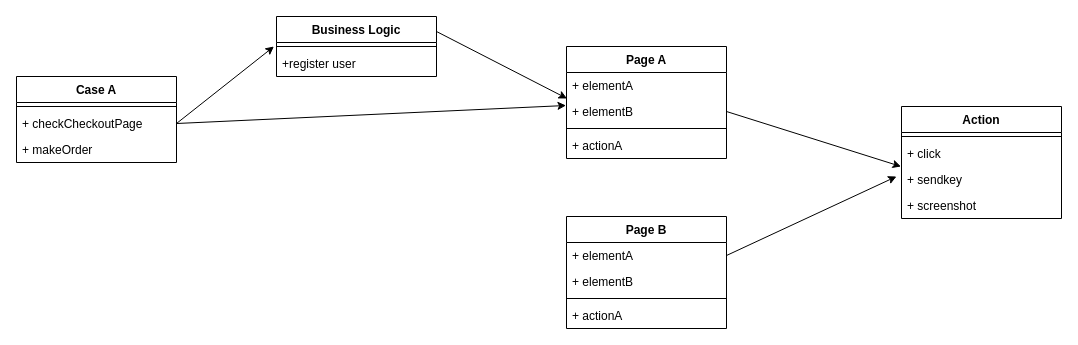
The draw.io diagram page "page object/action" (7 of 7) of App Automation 2.0.drawio in michellec2021/appium-demo, before the edit. Source tidied: cells renumbered, new cells numbered last; positions are measured from the earlier drawing's top-left corner, leaving out a move shared by most shapes. Both pictures are drawn from the tidied source at 100%, with x=0, y=0 at pixel (16, 16).
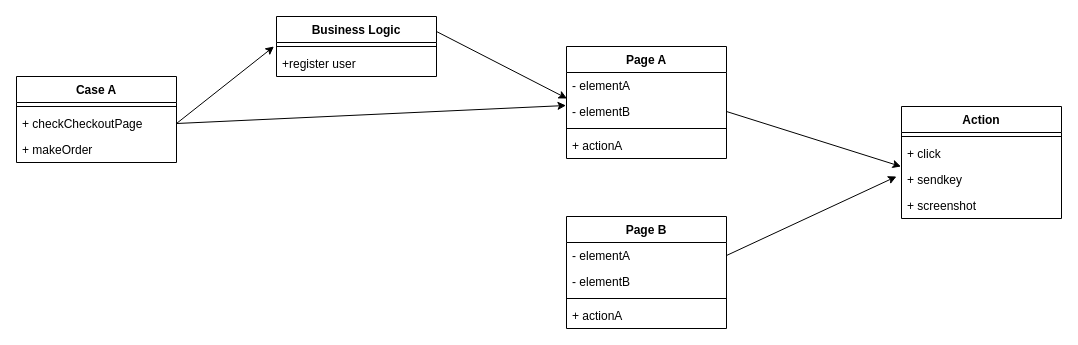
The same diagram, later.

Unchanged cells that the change refers to:
```xml
<mxCell id="2" value="Page A" style="swimlane;fontStyle=1;align=center;verticalAlign=top;horizontal=1;startSize=26;" parent="1" vertex="1">
  <mxGeometry x="550" y="30" width="160" height="112" as="geometry" />
</mxCell>
<mxCell id="7" value="Page B" style="swimlane;fontStyle=1;align=center;verticalAlign=top;horizontal=1;startSize=26;" parent="1" vertex="1">
  <mxGeometry x="550" y="200" width="160" height="112" as="geometry" />
</mxCell>
```

Diff of the diagram source:
```diff
@@
-    <mxCell id="3" value="+ elementA&#10;" style="text;strokeColor=none;fillColor=none;align=left;verticalAlign=top;spacingLeft=4;spacingRight=4;overflow=hidden;points=[[0,0.5],[1,0.5]];portConstraint=eastwest;" parent="2" vertex="1">
+    <mxCell id="3" value="- elementA&#10;" style="text;strokeColor=none;fillColor=none;align=left;verticalAlign=top;spacingLeft=4;spacingRight=4;overflow=hidden;points=[[0,0.5],[1,0.5]];portConstraint=eastwest;" parent="2" vertex="1">
       <mxGeometry y="26" width="160" height="26" as="geometry" />
     </mxCell>
-    <mxCell id="4" value="+ elementB&#10;" style="text;strokeColor=none;fillColor=none;align=left;verticalAlign=top;spacingLeft=4;spacingRight=4;overflow=hidden;points=[[0,0.5],[1,0.5]];portConstraint=eastwest;" parent="2" vertex="1">
+    <mxCell id="4" value="- elementB&#10;" style="text;strokeColor=none;fillColor=none;align=left;verticalAlign=top;spacingLeft=4;spacingRight=4;overflow=hidden;points=[[0,0.5],[1,0.5]];portConstraint=eastwest;" parent="2" vertex="1">
       <mxGeometry y="52" width="160" height="26" as="geometry" />
     </mxCell>
@@
-    <mxCell id="8" value="+ elementA&#10;" style="text;strokeColor=none;fillColor=none;align=left;verticalAlign=top;spacingLeft=4;spacingRight=4;overflow=hidden;points=[[0,0.5],[1,0.5]];portConstraint=eastwest;" parent="7" vertex="1">
+    <mxCell id="8" value="- elementA&#10;" style="text;strokeColor=none;fillColor=none;align=left;verticalAlign=top;spacingLeft=4;spacingRight=4;overflow=hidden;points=[[0,0.5],[1,0.5]];portConstraint=eastwest;" parent="7" vertex="1">
       <mxGeometry y="26" width="160" height="26" as="geometry" />
     </mxCell>
-    <mxCell id="9" value="+ elementB&#10;" style="text;strokeColor=none;fillColor=none;align=left;verticalAlign=top;spacingLeft=4;spacingRight=4;overflow=hidden;" parent="7" vertex="1">
+    <mxCell id="9" value="- elementB&#10;" style="text;strokeColor=none;fillColor=none;align=left;verticalAlign=top;spacingLeft=4;spacingRight=4;overflow=hidden;" parent="7" vertex="1">
       <mxGeometry y="52" width="160" height="26" as="geometry" />
     </mxCell>
```
